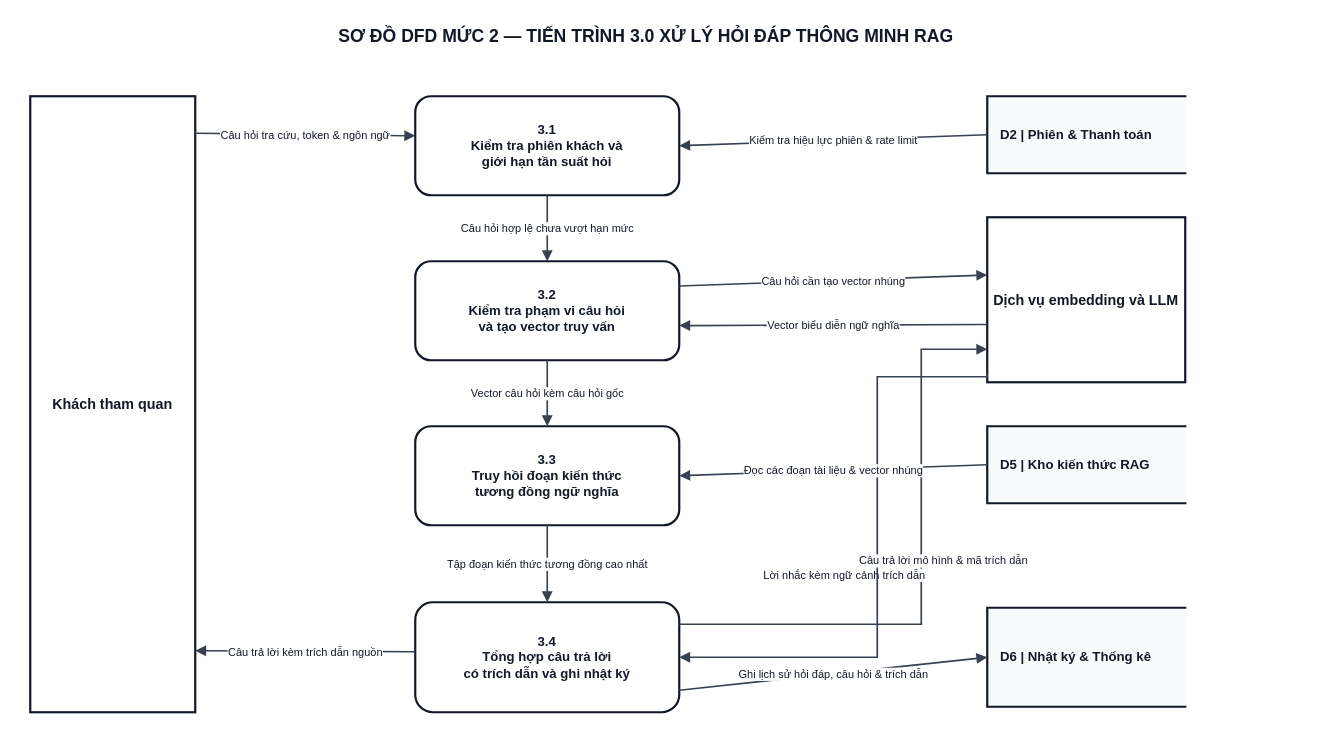
The draw.io diagram docs/diagram/dfd/DFD_Level_2_P3_Chatbot_RAG.drawio in Kazuken123/prj_sgu26_cnpm, before the edit. Source tidied: cells renumbered, new cells numbered last; positions are measured from the earlier drawing's top-left corner, leaving out a move shared by most shapes. Both pictures are drawn from the tidied source at 110%, with x=0, y=0 at pixel (30, 19).
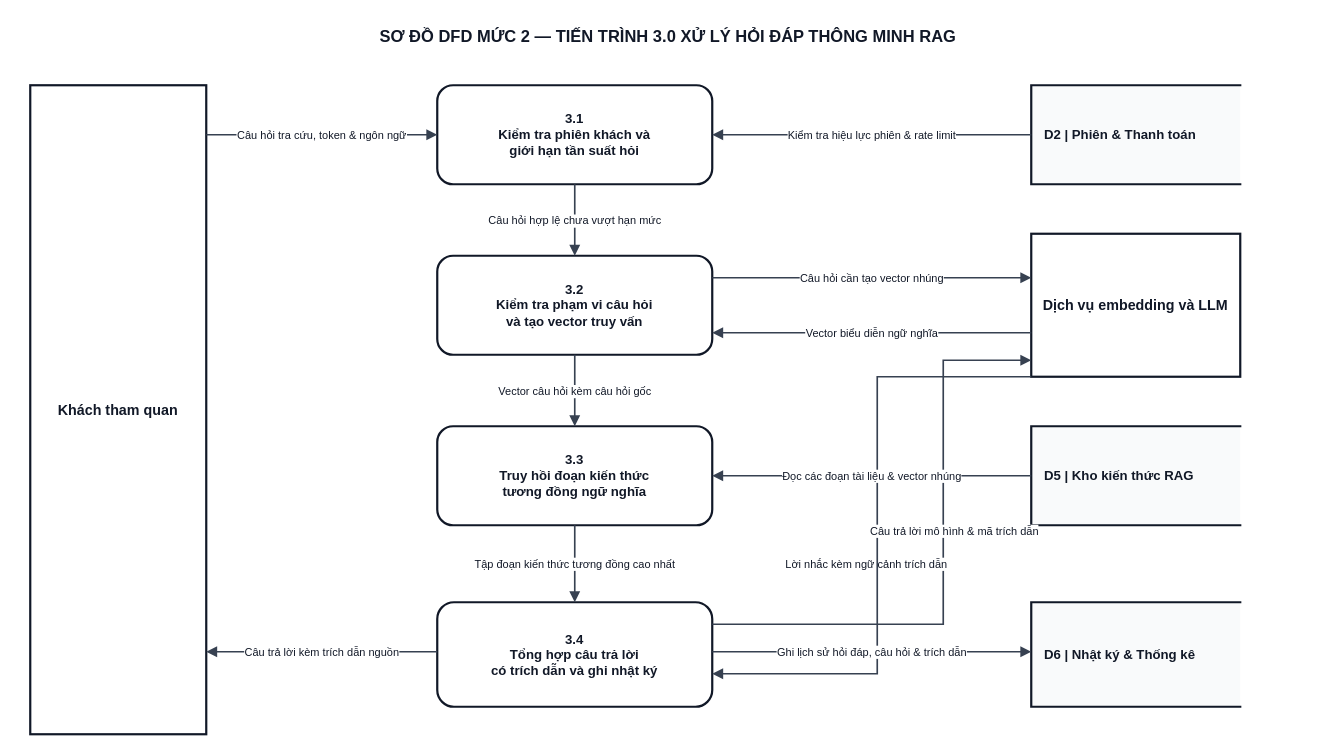
Above is the later version.

The edit, as a diff of the source:
```diff
@@
-    <mxCell id="2" value="SƠ ĐỒ DFD MỨC 2 — TIẾN TRÌNH 3.0 XỬ LÝ HỎI ĐÁP THÔNG MINH RAG" style="text;html=1;align=center;verticalAlign=middle;whiteSpace=wrap;fontFamily=Arial;fontSize=16;fontStyle=1;fillColor=none;strokeColor=none;fontColor=#111827;" parent="1" vertex="1">
-      <mxGeometry width="1120" height="30" as="geometry" />
+    <mxCell id="2" value="SƠ ĐỒ DFD MỨC 2 — TIẾN TRÌNH 3.0 XỬ LÝ HỎI ĐÁP THÔNG MINH RAG" style="text;html=1;align=center;verticalAlign=middle;whiteSpace=wrap;fontFamily=Arial;fontSize=15;fontStyle=1;fillColor=none;strokeColor=none;fontColor=#111827;" parent="1" vertex="1">
+      <mxGeometry x="-10" width="1180" height="30" as="geometry" />
     </mxCell>
     <mxCell id="3" value="Khách tham quan" style="rounded=0;whiteSpace=wrap;html=1;fillColor=#FFFFFF;strokeColor=#111827;strokeWidth=2;fontFamily=Arial;fontSize=13;fontStyle=1;fontColor=#111827;align=center;" parent="1" vertex="1">
-      <mxGeometry y="70" width="150" height="560" as="geometry" />
+      <mxGeometry y="60" width="160" height="590" as="geometry" />
     </mxCell>
     <mxCell id="4" value="&lt;b&gt;3.1&lt;/b&gt;&lt;br/&gt;Kiểm tra phiên khách và&lt;br/&gt;giới hạn tần suất hỏi" style="rounded=1;arcSize=16;whiteSpace=wrap;html=1;fillColor=#FFFFFF;strokeColor=#111827;strokeWidth=2;fontFamily=Arial;fontSize=12;fontStyle=1;fontColor=#111827;align=center;" parent="1" vertex="1">
-      <mxGeometry x="350" y="70" width="240" height="90" as="geometry" />
+      <mxGeometry x="370" y="60" width="250" height="90" as="geometry" />
     </mxCell>
     <mxCell id="5" value="&lt;b&gt;3.2&lt;/b&gt;&lt;br/&gt;Kiểm tra phạm vi câu hỏi&lt;br/&gt;và tạo vector truy vấn" style="rounded=1;arcSize=16;whiteSpace=wrap;html=1;fillColor=#FFFFFF;strokeColor=#111827;strokeWidth=2;fontFamily=Arial;fontSize=12;fontStyle=1;fontColor=#111827;align=center;" parent="1" vertex="1">
-      <mxGeometry x="350" y="220" width="240" height="90" as="geometry" />
+      <mxGeometry x="370" y="215" width="250" height="90" as="geometry" />
     </mxCell>
     <mxCell id="6" value="&lt;b&gt;3.3&lt;/b&gt;&lt;br/&gt;Truy hồi đoạn kiến thức&lt;br/&gt;tương đồng ngữ nghĩa" style="rounded=1;arcSize=16;whiteSpace=wrap;html=1;fillColor=#FFFFFF;strokeColor=#111827;strokeWidth=2;fontFamily=Arial;fontSize=12;fontStyle=1;fontColor=#111827;align=center;" parent="1" vertex="1">
-      <mxGeometry x="350" y="370" width="240" height="90" as="geometry" />
+      <mxGeometry x="370" y="370" width="250" height="90" as="geometry" />
     </mxCell>
     <mxCell id="7" value="&lt;b&gt;3.4&lt;/b&gt;&lt;br/&gt;Tổng hợp câu trả lời&lt;br/&gt;có trích dẫn và ghi nhật ký" style="rounded=1;arcSize=16;whiteSpace=wrap;html=1;fillColor=#FFFFFF;strokeColor=#111827;strokeWidth=2;fontFamily=Arial;fontSize=12;fontStyle=1;fontColor=#111827;align=center;" parent="1" vertex="1">
-      <mxGeometry x="350" y="530" width="240" height="100" as="geometry" />
+      <mxGeometry x="370" y="530" width="250" height="95" as="geometry" />
     </mxCell>
     <mxCell id="8" value="&lt;b&gt;D2&lt;/b&gt; | Phiên &amp; Thanh toán" style="shape=partialRectangle;whiteSpace=wrap;html=1;left=1;right=0;top=1;bottom=1;fillColor=#F9FAFB;strokeColor=#111827;strokeWidth=2;fontFamily=Arial;fontSize=12;fontStyle=1;fontColor=#111827;align=left;spacingLeft=10;" parent="1" vertex="1">
-      <mxGeometry x="870" y="70" width="180" height="70" as="geometry" />
+      <mxGeometry x="910" y="60" width="190" height="90" as="geometry" />
     </mxCell>
+    <mxCell id="10" value="Dịch vụ embedding và LLM" style="rounded=0;whiteSpace=wrap;html=1;fillColor=#FFFFFF;strokeColor=#111827;strokeWidth=2;fontFamily=Arial;fontSize=13;fontStyle=1;fontColor=#111827;align=center;" parent="1" vertex="1">
+      <mxGeometry x="910" y="195" width="190" height="130" as="geometry" />
+    </mxCell>
     <mxCell id="9" value="&lt;b&gt;D5&lt;/b&gt; | Kho kiến thức RAG" style="shape=partialRectangle;whiteSpace=wrap;html=1;left=1;right=0;top=1;bottom=1;fillColor=#F9FAFB;strokeColor=#111827;strokeWidth=2;fontFamily=Arial;fontSize=12;fontStyle=1;fontColor=#111827;align=left;spacingLeft=10;" parent="1" vertex="1">
-      <mxGeometry x="870" y="370" width="180" height="70" as="geometry" />
+      <mxGeometry x="910" y="370" width="190" height="90" as="geometry" />
     </mxCell>
-    <mxCell id="10" value="Dịch vụ embedding và LLM" style="rounded=0;whiteSpace=wrap;html=1;fillColor=#FFFFFF;strokeColor=#111827;strokeWidth=2;fontFamily=Arial;fontSize=13;fontStyle=1;fontColor=#111827;align=center;" parent="1" vertex="1">
-      <mxGeometry x="870" y="180" width="180" height="150" as="geometry" />
-    </mxCell>
     <mxCell id="11" value="&lt;b&gt;D6&lt;/b&gt; | Nhật ký &amp; Thống kê" style="shape=partialRectangle;whiteSpace=wrap;html=1;left=1;right=0;top=1;bottom=1;fillColor=#F9FAFB;strokeColor=#111827;strokeWidth=2;fontFamily=Arial;fontSize=12;fontStyle=1;fontColor=#111827;align=left;spacingLeft=10;" parent="1" vertex="1">
-      <mxGeometry x="870" y="535" width="180" height="90" as="geometry" />
+      <mxGeometry x="910" y="530" width="190" height="95" as="geometry" />
     </mxCell>
-    <mxCell id="12" value="Câu hỏi tra cứu, token &amp; ngôn ngữ" style="rounded=0;html=1;strokeColor=#374151;strokeWidth=1.5;endArrow=block;endFill=1;fontFamily=Arial;fontSize=10;fontColor=#111827;labelBackgroundColor=#FFFFFF;spacing=2;exitX=1;exitY=0.06;exitDx=0;exitDy=0;entryX=0;entryY=0.4;entryDx=0;entryDy=0;edgeStyle=none;" parent="1" edge="1" source="3" target="4">
+    <mxCell id="12" value="Câu hỏi tra cứu, token &amp; ngôn ngữ" style="edgeStyle=orthogonalEdgeStyle;rounded=0;jettySize=auto;html=1;strokeColor=#374151;strokeWidth=1.5;endArrow=block;endFill=1;fontFamily=Arial;fontSize=10;fontColor=#111827;labelBackgroundColor=#FFFFFF;spacing=2;exitX=1.0000;exitY=0.0763;exitDx=0;exitDy=0;entryX=0.0000;entryY=0.5000;entryDx=0;entryDy=0;" parent="1" edge="1" source="3" target="4">
       <mxGeometry relative="1" as="geometry" />
     </mxCell>
-    <mxCell id="13" value="Câu trả lời kèm trích dẫn nguồn" style="rounded=0;html=1;strokeColor=#374151;strokeWidth=1.5;endArrow=block;endFill=1;fontFamily=Arial;fontSize=10;fontColor=#111827;labelBackgroundColor=#FFFFFF;spacing=2;exitX=0;exitY=0.45;exitDx=0;exitDy=0;entryX=1;entryY=0.9;entryDx=0;entryDy=0;edgeStyle=none;" parent="1" edge="1" source="7" target="3">
+    <mxCell id="13" value="Câu trả lời kèm trích dẫn nguồn" style="edgeStyle=orthogonalEdgeStyle;rounded=0;jettySize=auto;html=1;strokeColor=#374151;strokeWidth=1.5;endArrow=block;endFill=1;fontFamily=Arial;fontSize=10;fontColor=#111827;labelBackgroundColor=#FFFFFF;spacing=2;exitX=0.0000;exitY=0.4737;exitDx=0;exitDy=0;entryX=1.0000;entryY=0.8729;entryDx=0;entryDy=0;" parent="1" edge="1" source="7" target="3">
       <mxGeometry relative="1" as="geometry" />
     </mxCell>
-    <mxCell id="14" value="Câu hỏi cần tạo vector nhúng" style="rounded=0;html=1;strokeColor=#374151;strokeWidth=1.5;endArrow=block;endFill=1;fontFamily=Arial;fontSize=10;fontColor=#111827;labelBackgroundColor=#FFFFFF;spacing=2;exitX=1;exitY=0.25;exitDx=0;exitDy=0;entryX=0;entryY=0.35;entryDx=0;entryDy=0;edgeStyle=none;" parent="1" edge="1" source="5" target="10">
+    <mxCell id="14" value="Câu hỏi cần tạo vector nhúng" style="edgeStyle=orthogonalEdgeStyle;rounded=0;jettySize=auto;html=1;strokeColor=#374151;strokeWidth=1.5;endArrow=block;endFill=1;fontFamily=Arial;fontSize=10;fontColor=#111827;labelBackgroundColor=#FFFFFF;spacing=2;exitX=1.0000;exitY=0.2222;exitDx=0;exitDy=0;entryX=0.0000;entryY=0.3077;entryDx=0;entryDy=0;" parent="1" edge="1" source="5" target="10">
       <mxGeometry relative="1" as="geometry" />
     </mxCell>
-    <mxCell id="15" value="Vector biểu diễn ngữ nghĩa" style="rounded=0;html=1;strokeColor=#374151;strokeWidth=1.5;endArrow=block;endFill=1;fontFamily=Arial;fontSize=10;fontColor=#111827;labelBackgroundColor=#FFFFFF;spacing=2;exitX=0;exitY=0.65;exitDx=0;exitDy=0;entryX=1;entryY=0.65;entryDx=0;entryDy=0;edgeStyle=none;" parent="1" edge="1" source="10" target="5">
+    <mxCell id="15" value="Vector biểu diễn ngữ nghĩa" style="edgeStyle=orthogonalEdgeStyle;rounded=0;jettySize=auto;html=1;strokeColor=#374151;strokeWidth=1.5;endArrow=block;endFill=1;fontFamily=Arial;fontSize=10;fontColor=#111827;labelBackgroundColor=#FFFFFF;spacing=2;exitX=0.0000;exitY=0.6923;exitDx=0;exitDy=0;entryX=1.0000;entryY=0.7778;entryDx=0;entryDy=0;" parent="1" edge="1" source="10" target="5">
       <mxGeometry relative="1" as="geometry" />
     </mxCell>
-    <mxCell id="16" value="Lời nhắc kèm ngữ cảnh trích dẫn" style="rounded=0;html=1;strokeColor=#374151;strokeWidth=1.5;endArrow=block;endFill=1;fontFamily=Arial;fontSize=10;fontColor=#111827;labelBackgroundColor=#FFFFFF;spacing=2;exitX=1;exitY=0.2;exitDx=0;exitDy=0;entryX=0;entryY=0.8;entryDx=0;entryDy=0;edgeStyle=orthogonalEdgeStyle;jettySize=auto;" parent="1" edge="1" source="7" target="10">
+    <mxCell id="16" value="Lời nhắc kèm ngữ cảnh trích dẫn" style="edgeStyle=orthogonalEdgeStyle;rounded=0;jettySize=auto;html=1;strokeColor=#374151;strokeWidth=1.5;endArrow=block;endFill=1;fontFamily=Arial;fontSize=10;fontColor=#111827;labelBackgroundColor=#FFFFFF;spacing=2;exitX=1.0000;exitY=0.2105;exitDx=0;exitDy=0;entryX=0.0000;entryY=0.8846;entryDx=0;entryDy=0;" parent="1" edge="1" source="7" target="10">
       <mxGeometry relative="1" as="geometry">
         <Array as="points">
-          <mxPoint x="590" y="550" />
-          <mxPoint x="810" y="550" />
-          <mxPoint x="810" y="300" />
+          <mxPoint x="620" y="550" />
+          <mxPoint x="830" y="550" />
+          <mxPoint x="830" y="310" />
+          <mxPoint x="910" y="310" />
         </Array>
         <mxPoint x="-70" as="offset" />
       </mxGeometry>
     </mxCell>
-    <mxCell id="17" value="Câu trả lời mô hình &amp; mã trích dẫn" style="rounded=0;html=1;strokeColor=#374151;strokeWidth=1.5;endArrow=block;endFill=1;fontFamily=Arial;fontSize=10;fontColor=#111827;labelBackgroundColor=#FFFFFF;spacing=2;exitX=0;exitY=0.95;exitDx=0;exitDy=0;entryX=1;entryY=0.5;entryDx=0;entryDy=0;edgeStyle=orthogonalEdgeStyle;jettySize=auto;" parent="1" edge="1" source="10" target="7">
+    <mxCell id="17" value="Câu trả lời mô hình &amp; mã trích dẫn" style="edgeStyle=orthogonalEdgeStyle;rounded=0;jettySize=auto;html=1;strokeColor=#374151;strokeWidth=1.5;endArrow=block;endFill=1;fontFamily=Arial;fontSize=10;fontColor=#111827;labelBackgroundColor=#FFFFFF;spacing=2;exitX=0.0000;exitY=1.0000;exitDx=0;exitDy=0;entryX=1.0000;entryY=0.6842;entryDx=0;entryDy=0;" parent="1" edge="1" source="10" target="7">
       <mxGeometry relative="1" as="geometry">
         <Array as="points">
-          <mxPoint x="870" y="325" />
+          <mxPoint x="910" y="325" />
           <mxPoint x="770" y="325" />
-          <mxPoint x="770" y="580" />
+          <mxPoint x="770" y="595" />
+          <mxPoint x="620" y="595" />
         </Array>
-        <mxPoint x="60" as="offset" />
+        <mxPoint x="70" as="offset" />
       </mxGeometry>
     </mxCell>
-    <mxCell id="18" value="Câu hỏi hợp lệ chưa vượt hạn mức" style="rounded=0;html=1;strokeColor=#374151;strokeWidth=1.5;endArrow=block;endFill=1;fontFamily=Arial;fontSize=10;fontColor=#111827;labelBackgroundColor=#FFFFFF;spacing=2;exitX=0.5;exitY=1;exitDx=0;exitDy=0;entryX=0.5;entryY=0;entryDx=0;entryDy=0;edgeStyle=none;" parent="1" edge="1" source="4" target="5">
+    <mxCell id="18" value="Câu hỏi hợp lệ chưa vượt hạn mức" style="edgeStyle=orthogonalEdgeStyle;rounded=0;jettySize=auto;html=1;strokeColor=#374151;strokeWidth=1.5;endArrow=block;endFill=1;fontFamily=Arial;fontSize=10;fontColor=#111827;labelBackgroundColor=#FFFFFF;spacing=2;exitX=0.5000;exitY=1.0000;exitDx=0;exitDy=0;entryX=0.5000;entryY=0.0000;entryDx=0;entryDy=0;" parent="1" edge="1" source="4" target="5">
       <mxGeometry relative="1" as="geometry" />
     </mxCell>
-    <mxCell id="19" value="Vector câu hỏi kèm câu hỏi gốc" style="rounded=0;html=1;strokeColor=#374151;strokeWidth=1.5;endArrow=block;endFill=1;fontFamily=Arial;fontSize=10;fontColor=#111827;labelBackgroundColor=#FFFFFF;spacing=2;exitX=0.5;exitY=1;exitDx=0;exitDy=0;entryX=0.5;entryY=0;entryDx=0;entryDy=0;edgeStyle=none;" parent="1" edge="1" source="5" target="6">
+    <mxCell id="19" value="Vector câu hỏi kèm câu hỏi gốc" style="edgeStyle=orthogonalEdgeStyle;rounded=0;jettySize=auto;html=1;strokeColor=#374151;strokeWidth=1.5;endArrow=block;endFill=1;fontFamily=Arial;fontSize=10;fontColor=#111827;labelBackgroundColor=#FFFFFF;spacing=2;exitX=0.5000;exitY=1.0000;exitDx=0;exitDy=0;entryX=0.5000;entryY=0.0000;entryDx=0;entryDy=0;" parent="1" edge="1" source="5" target="6">
       <mxGeometry relative="1" as="geometry" />
     </mxCell>
-    <mxCell id="20" value="Tập đoạn kiến thức tương đồng cao nhất" style="rounded=0;html=1;strokeColor=#374151;strokeWidth=1.5;endArrow=block;endFill=1;fontFamily=Arial;fontSize=10;fontColor=#111827;labelBackgroundColor=#FFFFFF;spacing=2;exitX=0.5;exitY=1;exitDx=0;exitDy=0;entryX=0.5;entryY=0;entryDx=0;entryDy=0;edgeStyle=none;" parent="1" edge="1" source="6" target="7">
+    <mxCell id="20" value="Tập đoạn kiến thức tương đồng cao nhất" style="edgeStyle=orthogonalEdgeStyle;rounded=0;jettySize=auto;html=1;strokeColor=#374151;strokeWidth=1.5;endArrow=block;endFill=1;fontFamily=Arial;fontSize=10;fontColor=#111827;labelBackgroundColor=#FFFFFF;spacing=2;exitX=0.5000;exitY=1.0000;exitDx=0;exitDy=0;entryX=0.5000;entryY=0.0000;entryDx=0;entryDy=0;" parent="1" edge="1" source="6" target="7">
       <mxGeometry relative="1" as="geometry" />
     </mxCell>
-    <mxCell id="21" value="Kiểm tra hiệu lực phiên &amp; rate limit" style="rounded=0;html=1;strokeColor=#374151;strokeWidth=1.5;endArrow=block;endFill=1;fontFamily=Arial;fontSize=10;fontColor=#111827;labelBackgroundColor=#FFFFFF;spacing=2;exitX=0;exitY=0.5;exitDx=0;exitDy=0;entryX=1;entryY=0.5;entryDx=0;entryDy=0;edgeStyle=none;" parent="1" edge="1" source="8" target="4">
+    <mxCell id="21" value="Kiểm tra hiệu lực phiên &amp; rate limit" style="edgeStyle=orthogonalEdgeStyle;rounded=0;jettySize=auto;html=1;strokeColor=#374151;strokeWidth=1.5;endArrow=block;endFill=1;fontFamily=Arial;fontSize=10;fontColor=#111827;labelBackgroundColor=#FFFFFF;spacing=2;exitX=0.0000;exitY=0.5000;exitDx=0;exitDy=0;entryX=1.0000;entryY=0.5000;entryDx=0;entryDy=0;" parent="1" edge="1" source="8" target="4">
       <mxGeometry relative="1" as="geometry" />
     </mxCell>
-    <mxCell id="22" value="Đọc các đoạn tài liệu &amp; vector nhúng" style="rounded=0;html=1;strokeColor=#374151;strokeWidth=1.5;endArrow=block;endFill=1;fontFamily=Arial;fontSize=10;fontColor=#111827;labelBackgroundColor=#FFFFFF;spacing=2;exitX=0;exitY=0.5;exitDx=0;exitDy=0;entryX=1;entryY=0.5;entryDx=0;entryDy=0;edgeStyle=none;" parent="1" edge="1" source="9" target="6">
+    <mxCell id="22" value="Đọc các đoạn tài liệu &amp; vector nhúng" style="edgeStyle=orthogonalEdgeStyle;rounded=0;jettySize=auto;html=1;strokeColor=#374151;strokeWidth=1.5;endArrow=block;endFill=1;fontFamily=Arial;fontSize=10;fontColor=#111827;labelBackgroundColor=#FFFFFF;spacing=2;exitX=0.0000;exitY=0.5000;exitDx=0;exitDy=0;entryX=1.0000;entryY=0.5000;entryDx=0;entryDy=0;" parent="1" edge="1" source="9" target="6">
       <mxGeometry relative="1" as="geometry" />
     </mxCell>
-    <mxCell id="23" value="Ghi lịch sử hỏi đáp, câu hỏi &amp; trích dẫn" style="rounded=0;html=1;strokeColor=#374151;strokeWidth=1.5;endArrow=block;endFill=1;fontFamily=Arial;fontSize=10;fontColor=#111827;labelBackgroundColor=#FFFFFF;spacing=2;exitX=1;exitY=0.8;exitDx=0;exitDy=0;entryX=0;entryY=0.5;entryDx=0;entryDy=0;edgeStyle=none;" parent="1" edge="1" source="7" target="11">
+    <mxCell id="23" value="Ghi lịch sử hỏi đáp, câu hỏi &amp; trích dẫn" style="edgeStyle=orthogonalEdgeStyle;rounded=0;jettySize=auto;html=1;strokeColor=#374151;strokeWidth=1.5;endArrow=block;endFill=1;fontFamily=Arial;fontSize=10;fontColor=#111827;labelBackgroundColor=#FFFFFF;spacing=2;exitX=1.0000;exitY=0.4737;exitDx=0;exitDy=0;entryX=0.0000;entryY=0.4737;entryDx=0;entryDy=0;" parent="1" edge="1" source="7" target="11">
       <mxGeometry relative="1" as="geometry" />
     </mxCell>
```
